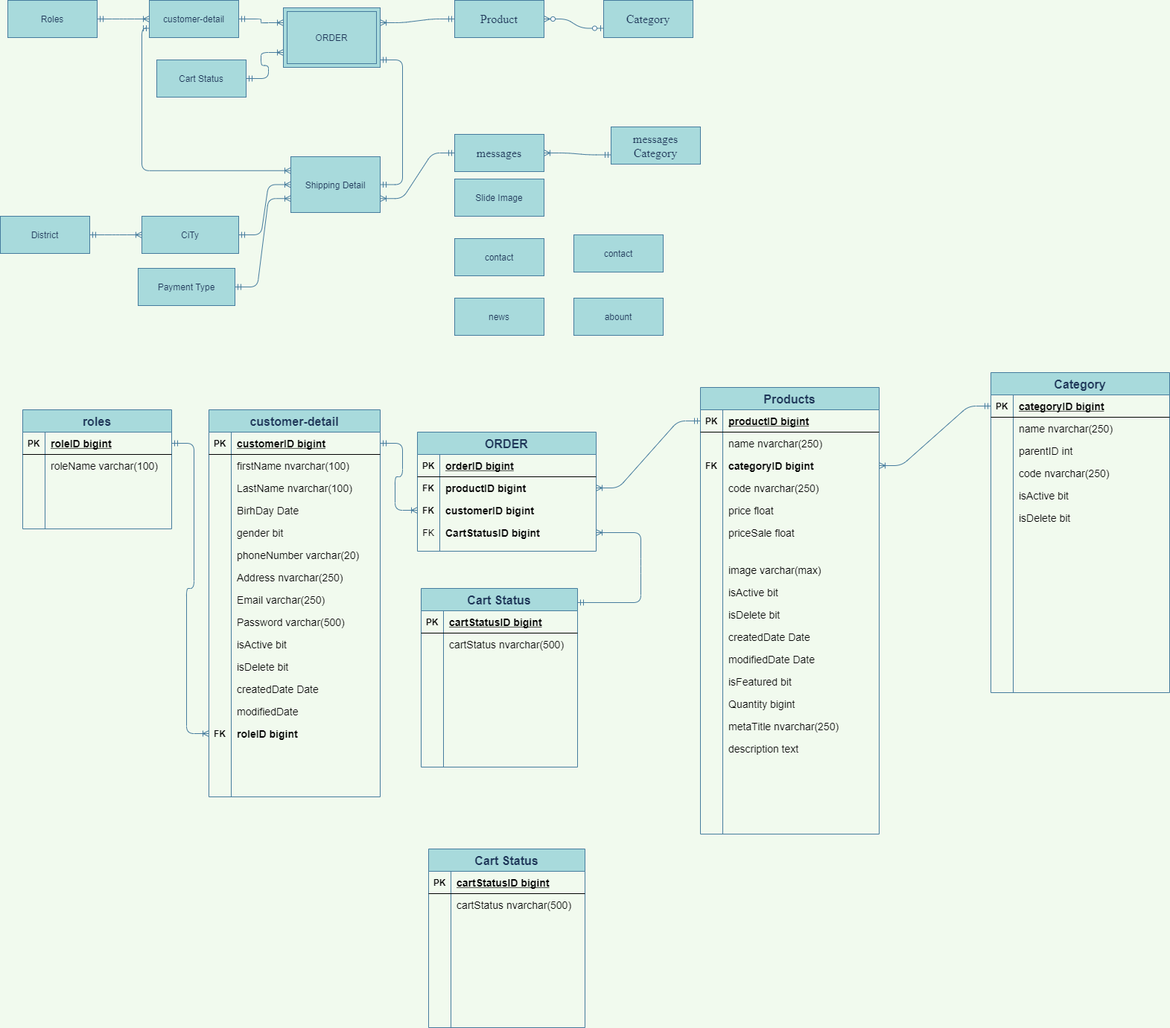
Above: Untitled Diagram.png in maialino123/Eproject-SEM3 (draw.io), before the change. Source tidied: cells renumbered, new cells last; positions are measured from the earlier drawing's top-left corner, leaving out a move shared by most shapes.
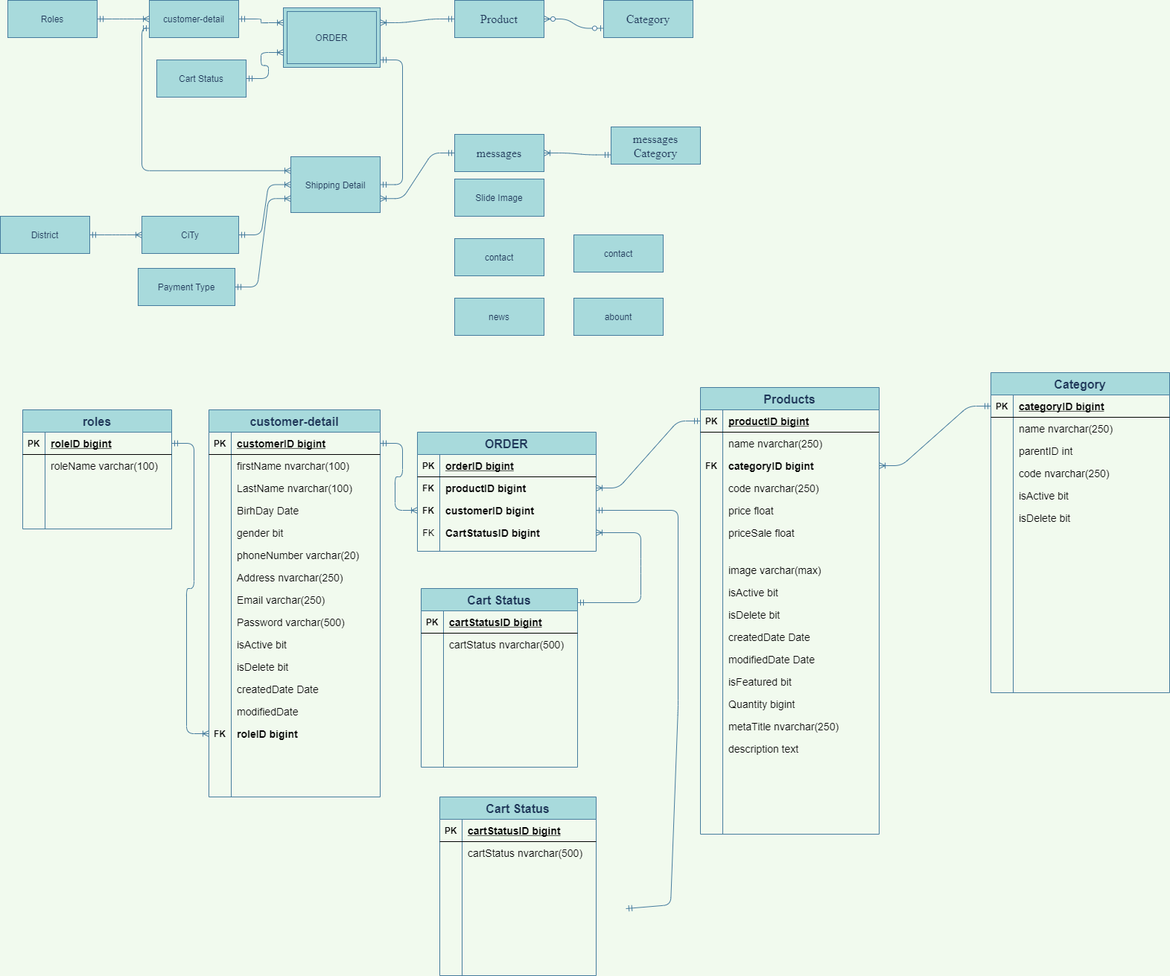
The same file after the commit.

What changed in the source:
```diff
@@ -596,7 +596,7 @@
       </mxGeometry>
     </mxCell>
     <mxCell id="197" value="Cart Status" style="shape=table;startSize=30;rowLines=0;fontStyle=1;align=center;rounded=0;sketch=0;fontColor=#1D3557;strokeColor=#457B9D;fillColor=#A8DADC;fontSize=16;" parent="1" vertex="1">
-      <mxGeometry x="575" y="1140" width="210" height="240" as="geometry" />
+      <mxGeometry x="590" y="1070" width="210" height="240" as="geometry" />
     </mxCell>
     <mxCell id="198" style="shape=partialRectangle;fillColor=none;top=0;left=0;bottom=1;right=0;" parent="197" vertex="1">
       <mxGeometry y="30" width="210" height="30" as="geometry" />
@@ -661,5 +661,15 @@
     <mxCell id="218" style="shape=partialRectangle;fillColor=none;top=0;left=0;bottom=0;right=0;align=left;spacingLeft=6;overflow=hidden;" parent="216" vertex="1">
       <mxGeometry x="30" width="180" height="30" as="geometry" />
     </mxCell>
+    <mxCell id="219" style="fontSize=12;html=1;endArrow=ERmandOne;startArrow=ERmandOne;fontColor=#1D3557;strokeColor=#457B9D;fillColor=#A8DADC;entryX=1;entryY=0.5;entryDx=0;entryDy=0;" parent="1" edge="1" target="116">
+      <mxGeometry relative="1" as="geometry">
+        <mxPoint x="840" y="1220" as="sourcePoint" />
+        <Array as="points">
+          <mxPoint x="900" y="1215" />
+          <mxPoint x="910" y="950" />
+          <mxPoint x="910" y="685" />
+        </Array>
+      </mxGeometry>
+    </mxCell>
   </root>
 </mxGraphModel>
```
